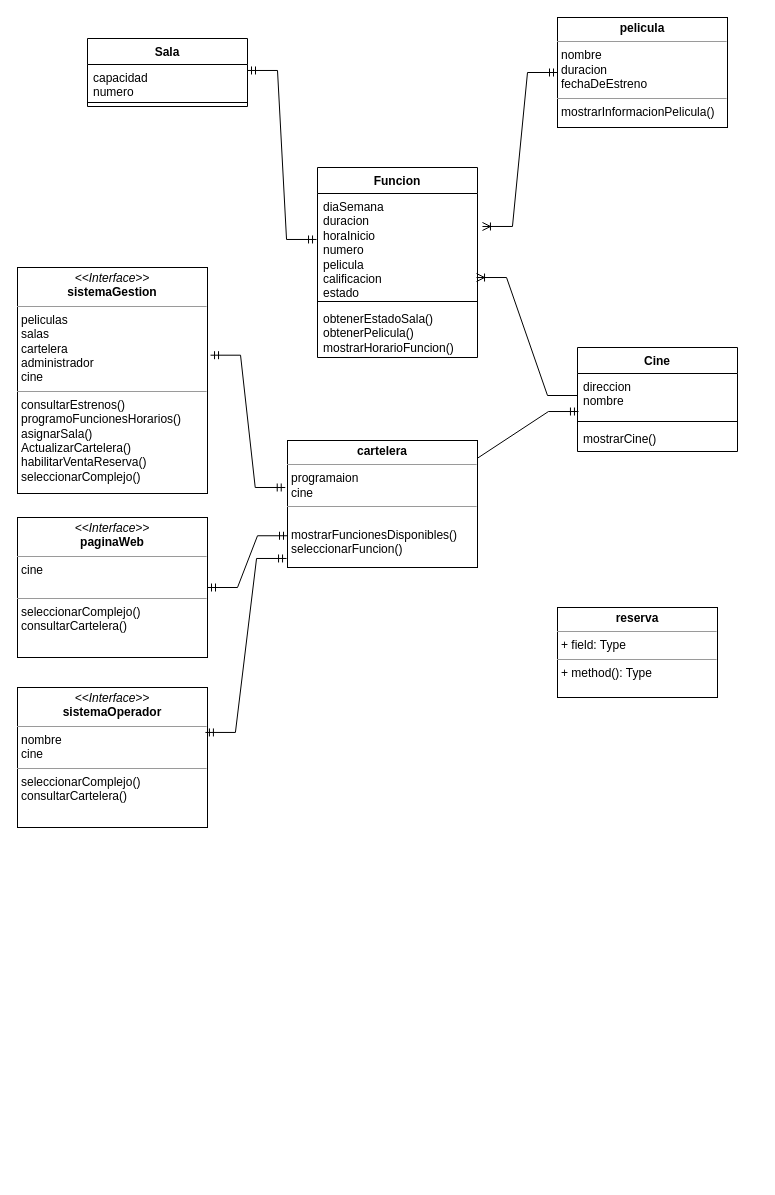
The draw.io diagram primer-parcial-diagrama-de-clases.drawio in PCalderon77/Bases-de-datos1-ISSD, before the edit. Source tidied: cells renumbered, new cells numbered last; positions are measured from the earlier drawing's top-left corner, leaving out a move shared by most shapes. Both pictures are drawn from the tidied source at 100%, with x=0, y=0 at pixel (17, 17).
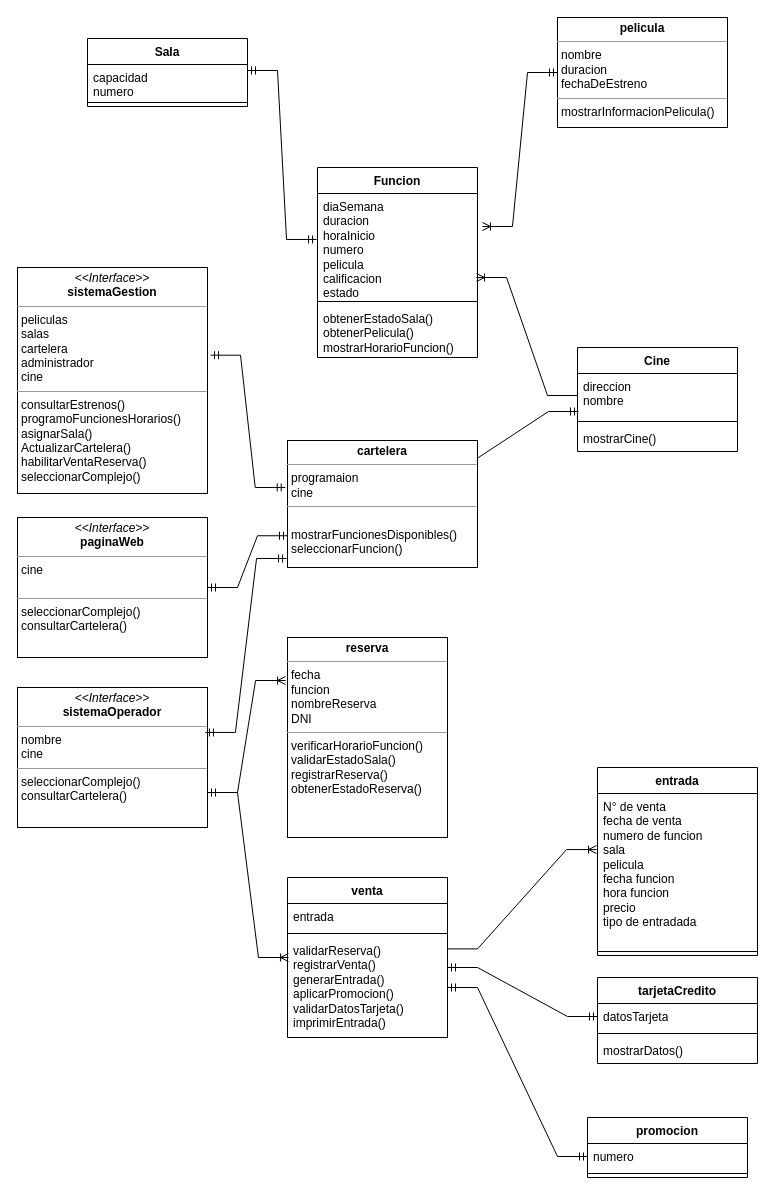
After the change.

Unchanged cells that the change refers to:
```xml
<mxCell id="22" value="&lt;p style=&quot;margin:0px;margin-top:4px;text-align:center;&quot;&gt;&lt;i&gt;&amp;lt;&amp;lt;Interface&amp;gt;&amp;gt;&lt;/i&gt;&lt;br&gt;&lt;b&gt;sistemaOperador&lt;/b&gt;&lt;/p&gt;&lt;hr size=&quot;1&quot;&gt;&lt;p style=&quot;margin:0px;margin-left:4px;&quot;&gt;nombre&lt;br&gt;cine&lt;/p&gt;&lt;hr size=&quot;1&quot;&gt;&lt;p style=&quot;border-color: var(--border-color); margin: 0px 0px 0px 4px;&quot;&gt;seleccionarComplejo()&lt;br style=&quot;border-color: var(--border-color);&quot;&gt;&lt;/p&gt;&lt;p style=&quot;border-color: var(--border-color); margin: 0px 0px 0px 4px;&quot;&gt;consultarCartelera()&lt;/p&gt;" style="verticalAlign=top;align=left;overflow=fill;fontSize=12;fontFamily=Helvetica;html=1;whiteSpace=wrap;" parent="1" vertex="1">
  <mxGeometry y="670" width="190" height="140" as="geometry" />
</mxCell>
```

What changed in the source:
```diff
@@
-    <mxCell id="25" value="&lt;p style=&quot;margin:0px;margin-top:4px;text-align:center;&quot;&gt;&lt;b&gt;reserva&lt;/b&gt;&lt;/p&gt;&lt;hr size=&quot;1&quot;&gt;&lt;p style=&quot;margin:0px;margin-left:4px;&quot;&gt;+ field: Type&lt;/p&gt;&lt;hr size=&quot;1&quot;&gt;&lt;p style=&quot;margin:0px;margin-left:4px;&quot;&gt;+ method(): Type&lt;/p&gt;" style="verticalAlign=top;align=left;overflow=fill;fontSize=12;fontFamily=Helvetica;html=1;whiteSpace=wrap;" parent="1" vertex="1">
-      <mxGeometry x="540" y="590" width="160" height="90" as="geometry" />
+    <mxCell id="25" value="&lt;p style=&quot;margin:0px;margin-top:4px;text-align:center;&quot;&gt;&lt;b&gt;reserva&lt;/b&gt;&lt;/p&gt;&lt;hr size=&quot;1&quot;&gt;&lt;p style=&quot;margin:0px;margin-left:4px;&quot;&gt;fecha&lt;/p&gt;&lt;p style=&quot;margin:0px;margin-left:4px;&quot;&gt;funcion&lt;/p&gt;&lt;p style=&quot;margin:0px;margin-left:4px;&quot;&gt;nombreReserva&lt;/p&gt;&lt;p style=&quot;margin:0px;margin-left:4px;&quot;&gt;DNI&lt;/p&gt;&lt;hr size=&quot;1&quot;&gt;&lt;p style=&quot;margin:0px;margin-left:4px;&quot;&gt;verificarHorarioFuncion()&lt;/p&gt;&lt;p style=&quot;margin:0px;margin-left:4px;&quot;&gt;validarEstadoSala()&lt;/p&gt;&lt;p style=&quot;margin:0px;margin-left:4px;&quot;&gt;registrarReserva()&lt;/p&gt;&lt;p style=&quot;margin:0px;margin-left:4px;&quot;&gt;obtenerEstadoReserva()&lt;/p&gt;" style="verticalAlign=top;align=left;overflow=fill;fontSize=12;fontFamily=Helvetica;html=1;whiteSpace=wrap;" parent="1" vertex="1">
+      <mxGeometry x="270" y="620" width="160" height="200" as="geometry" />
     </mxCell>
+    <mxCell id="26" style="edgeStyle=entityRelationEdgeStyle;fontSize=12;html=1;endArrow=ERoneToMany;rounded=0;exitX=1;exitY=0.75;exitDx=0;exitDy=0;entryX=-0.012;entryY=0.215;entryDx=0;entryDy=0;entryPerimeter=0;" parent="1" edge="1" source="22" target="25">
+      <mxGeometry relative="1" as="geometry" />
+    </mxCell>
+    <mxCell id="27" value="venta" style="swimlane;fontStyle=1;align=center;verticalAlign=top;horizontal=1;startSize=26;whiteSpace=wrap;html=1;" parent="1" vertex="1">
+      <mxGeometry x="270" y="860" width="160" height="160" as="geometry" />
+    </mxCell>
+    <mxCell id="28" value="entrada" style="text;strokeColor=none;fillColor=none;align=left;verticalAlign=top;spacingLeft=4;spacingRight=4;overflow=hidden;whiteSpace=wrap;html=1;" parent="27" vertex="1">
+      <mxGeometry y="26" width="160" height="26" as="geometry" />
+    </mxCell>
+    <mxCell id="29" style="line;strokeWidth=1;fillColor=none;align=left;verticalAlign=middle;spacingTop=-1;spacingLeft=3;spacingRight=3;labelPosition=right;strokeColor=inherit;" parent="27" vertex="1">
+      <mxGeometry y="52" width="160" height="8" as="geometry" />
+    </mxCell>
+    <mxCell id="30" value="validarReserva()&lt;br&gt;registrarVenta()&lt;br&gt;generarEntrada()&lt;br&gt;aplicarPromocion()&lt;br&gt;validarDatosTarjeta()&lt;br&gt;imprimirEntrada()" style="text;strokeColor=none;fillColor=none;align=left;verticalAlign=top;spacingLeft=4;spacingRight=4;overflow=hidden;points=[[0,0.5],[1,0.5]];portConstraint=eastwest;whiteSpace=wrap;html=1;" parent="27" vertex="1">
+      <mxGeometry y="60" width="160" height="100" as="geometry" />
+    </mxCell>
+    <mxCell id="31" value="entrada" style="swimlane;fontStyle=1;align=center;verticalAlign=top;horizontal=1;startSize=26;whiteSpace=wrap;html=1;" parent="1" vertex="1">
+      <mxGeometry x="580" y="750" width="160" height="188" as="geometry" />
+    </mxCell>
+    <mxCell id="32" value="N° de venta&lt;br&gt;fecha de venta&lt;br&gt;numero de funcion&lt;br&gt;sala&lt;br&gt;pelicula&lt;br&gt;fecha funcion&lt;br&gt;hora funcion&lt;br&gt;precio&lt;br&gt;tipo de entradada" style="text;strokeColor=none;fillColor=none;align=left;verticalAlign=top;spacingLeft=4;spacingRight=4;overflow=hidden;points=[[0,0.5],[1,0.5]];portConstraint=eastwest;whiteSpace=wrap;html=1;" parent="31" vertex="1">
+      <mxGeometry y="26" width="160" height="154" as="geometry" />
+    </mxCell>
+    <mxCell id="33" style="line;strokeWidth=1;fillColor=none;align=left;verticalAlign=middle;spacingTop=-1;spacingLeft=3;spacingRight=3;labelPosition=right;strokeColor=inherit;" parent="31" vertex="1">
+      <mxGeometry y="180" width="160" height="8" as="geometry" />
+    </mxCell>
+    <mxCell id="34" value="tarjetaCredito" style="swimlane;fontStyle=1;align=center;verticalAlign=top;horizontal=1;startSize=26;whiteSpace=wrap;html=1;" parent="1" vertex="1">
+      <mxGeometry x="580" y="960" width="160" height="86" as="geometry" />
+    </mxCell>
+    <mxCell id="35" value="datosTarjeta" style="text;strokeColor=none;fillColor=none;align=left;verticalAlign=top;spacingLeft=4;spacingRight=4;overflow=hidden;points=[[0,0.5],[1,0.5]];portConstraint=eastwest;whiteSpace=wrap;html=1;" parent="34" vertex="1">
+      <mxGeometry y="26" width="160" height="26" as="geometry" />
+    </mxCell>
+    <mxCell id="36" style="line;strokeWidth=1;fillColor=none;align=left;verticalAlign=middle;spacingTop=-1;spacingLeft=3;spacingRight=3;labelPosition=right;strokeColor=inherit;" parent="34" vertex="1">
+      <mxGeometry y="52" width="160" height="8" as="geometry" />
+    </mxCell>
+    <mxCell id="37" value="mostrarDatos()" style="text;strokeColor=none;fillColor=none;align=left;verticalAlign=top;spacingLeft=4;spacingRight=4;overflow=hidden;whiteSpace=wrap;html=1;" parent="34" vertex="1">
+      <mxGeometry y="60" width="160" height="26" as="geometry" />
+    </mxCell>
+    <mxCell id="38" value="promocion" style="swimlane;fontStyle=1;align=center;verticalAlign=top;horizontal=1;startSize=26;whiteSpace=wrap;html=1;" parent="1" vertex="1">
+      <mxGeometry x="570" y="1100" width="160" height="60" as="geometry" />
+    </mxCell>
+    <mxCell id="39" value="numero" style="text;strokeColor=none;fillColor=none;align=left;verticalAlign=top;spacingLeft=4;spacingRight=4;overflow=hidden;points=[[0,0.5],[1,0.5]];portConstraint=eastwest;whiteSpace=wrap;html=1;" parent="38" vertex="1">
+      <mxGeometry y="26" width="160" height="26" as="geometry" />
+    </mxCell>
+    <mxCell id="40" style="line;strokeWidth=1;fillColor=none;align=left;verticalAlign=middle;spacingTop=-1;spacingLeft=3;spacingRight=3;labelPosition=right;strokeColor=inherit;" parent="38" vertex="1">
+      <mxGeometry y="52" width="160" height="8" as="geometry" />
+    </mxCell>
+    <mxCell id="41" style="edgeStyle=entityRelationEdgeStyle;fontSize=12;html=1;endArrow=ERoneToMany;rounded=0;entryX=-0.006;entryY=0.364;entryDx=0;entryDy=0;entryPerimeter=0;exitX=1;exitY=0.114;exitDx=0;exitDy=0;exitPerimeter=0;" parent="1" edge="1" source="30" target="32">
+      <mxGeometry relative="1" as="geometry" />
+    </mxCell>
+    <mxCell id="42" style="edgeStyle=entityRelationEdgeStyle;fontSize=12;html=1;endArrow=ERmandOne;startArrow=ERmandOne;rounded=0;exitX=1;exitY=0.5;exitDx=0;exitDy=0;entryX=0;entryY=0.5;entryDx=0;entryDy=0;" parent="1" edge="1" source="30" target="39">
+      <mxGeometry relative="1" as="geometry" />
+    </mxCell>
+    <mxCell id="43" style="edgeStyle=entityRelationEdgeStyle;fontSize=12;html=1;endArrow=ERmandOne;startArrow=ERmandOne;rounded=0;entryX=0;entryY=0.5;entryDx=0;entryDy=0;" parent="1" edge="1" target="35">
+      <mxGeometry relative="1" as="geometry">
+        <mxPoint x="430" y="950" as="sourcePoint" />
+      </mxGeometry>
+    </mxCell>
+    <mxCell id="44" style="edgeStyle=entityRelationEdgeStyle;fontSize=12;html=1;endArrow=ERoneToMany;startArrow=ERmandOne;rounded=0;entryX=0.006;entryY=0.2;entryDx=0;entryDy=0;entryPerimeter=0;exitX=1;exitY=0.75;exitDx=0;exitDy=0;" parent="1" edge="1" source="22" target="30">
+      <mxGeometry relative="1" as="geometry" />
+    </mxCell>
```
